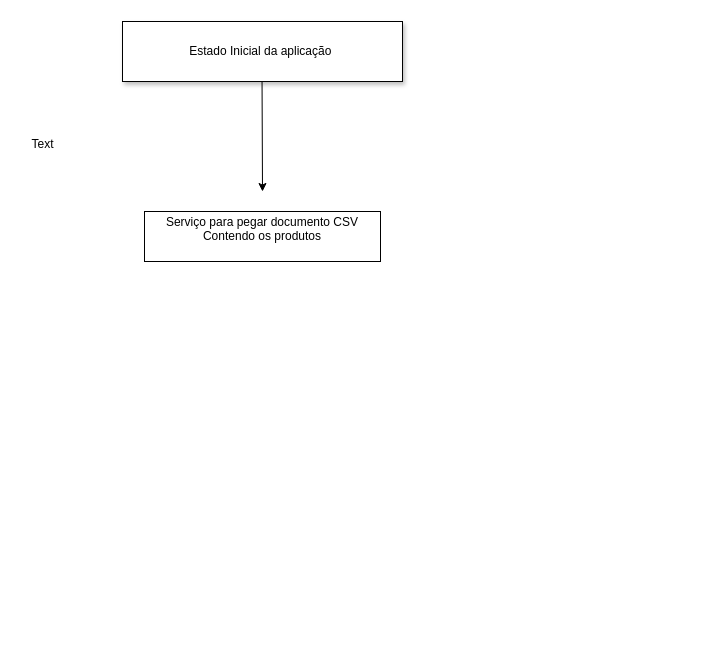
PedroHenriqueMelo1/frontendmintor keeps this draw.io diagram as Diagrama sem nome.drawio. Above is the earlier version. Source tidied: cells renumbered, new cells numbered last; positions are measured from the earlier drawing's top-left corner, leaving out a move shared by most shapes. Both pictures are drawn from the tidied source at 100%, with x=0, y=0 at pixel (17, 21).
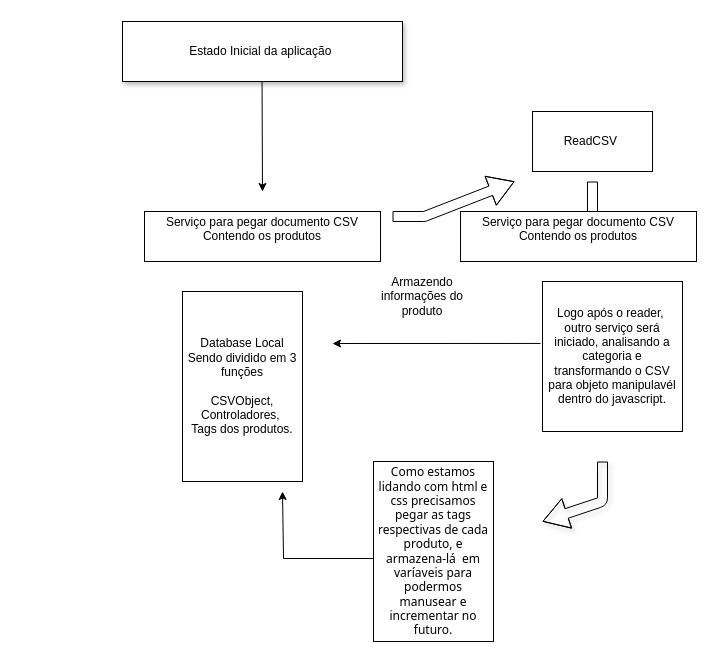
The same page after the edit.

The edit, as a diff of the source:
```diff
@@
-    <mxCell id="5" value="Text" style="text;html=1;align=center;verticalAlign=middle;strokeColor=none;fillColor=none;" parent="1" vertex="1">
-      <mxGeometry y="108" width="50" height="30" as="geometry" />
-    </mxCell>
+    <mxCell id="6" style="edgeStyle=none;orthogonalLoop=1;jettySize=auto;html=1;shape=flexArrow;rounded=1;startSize=8;endSize=8;exitX=1;exitY=0.5;exitDx=0;exitDy=0;" parent="1" edge="1">
+      <mxGeometry relative="1" as="geometry">
+        <mxPoint x="375" y="195" as="sourcePoint" />
+        <mxPoint x="497" y="160" as="targetPoint" />
+        <Array as="points">
+          <mxPoint x="407" y="195" />
+        </Array>
+      </mxGeometry>
+    </mxCell>
+    <mxCell id="7" value="ReadCSV&amp;nbsp;" style="whiteSpace=wrap;html=1;" parent="1" vertex="1">
+      <mxGeometry x="515" y="90" width="120" height="60" as="geometry" />
+    </mxCell>
+    <mxCell id="8" style="edgeStyle=none;orthogonalLoop=1;jettySize=auto;html=1;shape=flexArrow;rounded=1;startSize=8;endSize=8;" parent="1" edge="1">
+      <mxGeometry relative="1" as="geometry">
+        <mxPoint x="575" y="160" as="sourcePoint" />
+        <mxPoint x="575" y="240" as="targetPoint" />
+        <Array as="points">
+          <mxPoint x="575" y="200" />
+        </Array>
+      </mxGeometry>
+    </mxCell>
+    <mxCell id="9" value="Logo após o reader,&amp;nbsp; outro serviço será iniciado, analisando a categoria e transformando o CSV para objeto manipulavél dentro do javascript." style="whiteSpace=wrap;html=1;" parent="1" vertex="1">
+      <mxGeometry x="525" y="260" width="140" height="150" as="geometry" />
+    </mxCell>
+    <mxCell id="10" value="&lt;font face=&quot;Tahoma&quot;&gt;Como estamos lidando com html e css precisamos pegar as tags respectivas de cada produto, e armazena-lá&amp;nbsp; em varíaveis para podermos manusear e incrementar no futuro.&lt;/font&gt;" style="whiteSpace=wrap;html=1;" parent="1" vertex="1">
+      <mxGeometry x="356" y="440" width="120" height="180" as="geometry" />
+    </mxCell>
+    <mxCell id="11" style="edgeStyle=none;orthogonalLoop=1;jettySize=auto;html=1;shape=flexArrow;rounded=1;startSize=8;endSize=8;shadow=1;" parent="1" edge="1">
+      <mxGeometry relative="1" as="geometry">
+        <mxPoint x="585" y="440" as="sourcePoint" />
+        <mxPoint x="525" y="500" as="targetPoint" />
+        <Array as="points">
+          <mxPoint x="585" y="480" />
+        </Array>
+      </mxGeometry>
+    </mxCell>
+    <mxCell id="12" value="Database Local&lt;div&gt;Sendo dividido em 3 funções&lt;/div&gt;&lt;div&gt;&lt;br&gt;&lt;/div&gt;&lt;div&gt;CSVObject, Controladores,&amp;nbsp;&lt;/div&gt;&lt;div&gt;Tags dos produtos.&lt;/div&gt;" style="whiteSpace=wrap;html=1;" parent="1" vertex="1">
+      <mxGeometry x="165" y="270" width="120" height="190" as="geometry" />
+    </mxCell>
+    <mxCell id="13" value="Serviço para pegar documento CSV Contendo os produtos&lt;div&gt;&lt;br&gt;&lt;/div&gt;" style="whiteSpace=wrap;html=1;" parent="1" vertex="1">
+      <mxGeometry x="443" y="190" width="236" height="50" as="geometry" />
+    </mxCell>
+    <mxCell id="14" style="edgeStyle=none;rounded=0;jettySize=auto;html=1;exitX=-0.014;exitY=0.413;exitDx=0;exitDy=0;exitPerimeter=0;" parent="1" edge="1" source="9">
+      <mxGeometry relative="1" as="geometry">
+        <mxPoint x="315" y="322" as="targetPoint" />
+      </mxGeometry>
+    </mxCell>
+    <mxCell id="15" value="Armazendo informações do produto" style="text;strokeColor=none;align=center;fillColor=none;html=1;verticalAlign=middle;whiteSpace=wrap;rounded=0;" parent="1" vertex="1">
+      <mxGeometry x="356" y="260" width="98" height="30" as="geometry" />
+    </mxCell>
+    <mxCell id="16" style="edgeStyle=none;rounded=0;orthogonalLoop=1;jettySize=auto;html=1;" parent="1" edge="1">
+      <mxGeometry relative="1" as="geometry">
+        <mxPoint x="356" y="527" as="sourcePoint" />
+        <mxPoint x="265" y="470" as="targetPoint" />
+        <Array as="points">
+          <mxPoint x="356" y="537" />
+          <mxPoint x="266" y="537" />
+        </Array>
+      </mxGeometry>
+    </mxCell>
```
